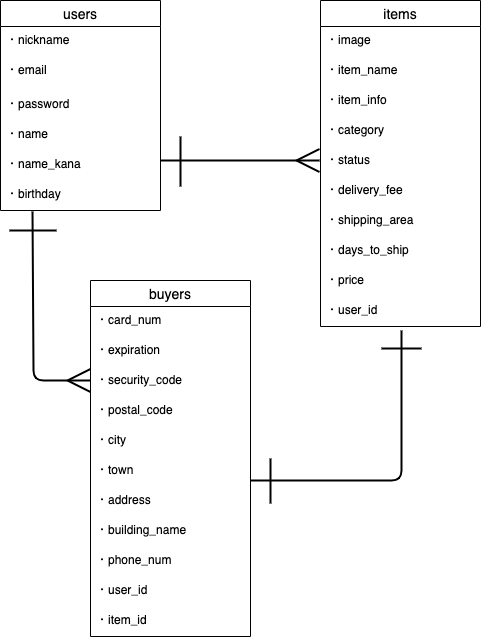
This is .drawio.png from spice-wasabi/furima-31827, a draw.io export, as it was before one commit. Source tidied: cells renumbered, new cells last; positions are measured from the earlier drawing's top-left corner, leaving out a move shared by most shapes.
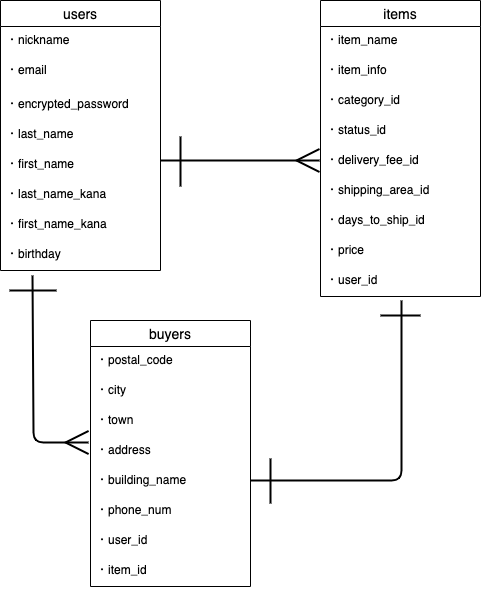
Later version of the same file.

The edit, as a diff of the source:
```diff
@@ -3,7 +3,7 @@
     <mxCell id="0" />
     <mxCell id="1" parent="0" />
     <mxCell id="2" value="users" style="swimlane;fontStyle=0;horizontal=1;startSize=26;align=center;fontSize=14;" parent="1" vertex="1">
-      <mxGeometry width="160" height="210" as="geometry" />
+      <mxGeometry width="160" height="270" as="geometry" />
     </mxCell>
     <mxCell id="3" value="・nickname" style="text;strokeColor=none;fillColor=none;spacingLeft=4;spacingRight=4;overflow=hidden;fontSize=12;" parent="2" vertex="1">
       <mxGeometry y="26" width="160" height="30" as="geometry" />
@@ -11,129 +11,122 @@
     <mxCell id="4" value="・email" style="text;strokeColor=none;fillColor=none;spacingLeft=4;spacingRight=4;overflow=hidden;fontSize=12;" parent="2" vertex="1">
       <mxGeometry y="56" width="160" height="34" as="geometry" />
     </mxCell>
-    <mxCell id="5" value="・password" style="text;strokeColor=none;fillColor=none;spacingLeft=4;spacingRight=4;overflow=hidden;fontSize=12;" parent="2" vertex="1">
+    <mxCell id="5" value="・encrypted_password" style="text;strokeColor=none;fillColor=none;spacingLeft=4;spacingRight=4;overflow=hidden;fontSize=12;" parent="2" vertex="1">
       <mxGeometry y="90" width="160" height="30" as="geometry" />
     </mxCell>
+    <mxCell id="39" value="・last_name" style="text;strokeColor=none;fillColor=none;spacingLeft=4;spacingRight=4;overflow=hidden;fontSize=12;" parent="2" vertex="1">
+      <mxGeometry y="120" width="160" height="30" as="geometry" />
+    </mxCell>
-    <mxCell id="6" value="・name" style="text;strokeColor=none;fillColor=none;spacingLeft=4;spacingRight=4;overflow=hidden;fontSize=12;" parent="2" vertex="1">
-      <mxGeometry y="120" width="160" height="30" as="geometry" />
+    <mxCell id="6" value="・first_name" style="text;strokeColor=none;fillColor=none;spacingLeft=4;spacingRight=4;overflow=hidden;fontSize=12;" parent="2" vertex="1">
+      <mxGeometry y="150" width="160" height="30" as="geometry" />
     </mxCell>
+    <mxCell id="40" value="・last_name_kana" style="text;strokeColor=none;fillColor=none;spacingLeft=4;spacingRight=4;overflow=hidden;fontSize=12;" parent="2" vertex="1">
+      <mxGeometry y="180" width="160" height="30" as="geometry" />
+    </mxCell>
-    <mxCell id="7" value="・name_kana" style="text;strokeColor=none;fillColor=none;spacingLeft=4;spacingRight=4;overflow=hidden;fontSize=12;" parent="2" vertex="1">
-      <mxGeometry y="150" width="160" height="30" as="geometry" />
+    <mxCell id="7" value="・first_name_kana" style="text;strokeColor=none;fillColor=none;spacingLeft=4;spacingRight=4;overflow=hidden;fontSize=12;" parent="2" vertex="1">
+      <mxGeometry y="210" width="160" height="30" as="geometry" />
     </mxCell>
     <mxCell id="8" value="・birthday" style="text;strokeColor=none;fillColor=none;spacingLeft=4;spacingRight=4;overflow=hidden;points=[[0,0.5],[1,0.5]];portConstraint=eastwest;fontSize=12;" parent="2" vertex="1">
-      <mxGeometry y="180" width="160" height="30" as="geometry" />
+      <mxGeometry y="240" width="160" height="30" as="geometry" />
     </mxCell>
     <mxCell id="9" value="items" style="swimlane;fontStyle=0;horizontal=1;startSize=26;align=center;fontSize=14;" parent="1" vertex="1">
-      <mxGeometry x="320" width="160" height="326" as="geometry" />
+      <mxGeometry x="320" width="160" height="296" as="geometry" />
     </mxCell>
-    <mxCell id="10" value="・image" style="text;strokeColor=none;fillColor=none;spacingLeft=4;spacingRight=4;overflow=hidden;fontSize=12;" parent="9" vertex="1">
-      <mxGeometry y="26" width="160" height="30" as="geometry" />
-    </mxCell>
     <mxCell id="11" value="・item_name" style="text;strokeColor=none;fillColor=none;spacingLeft=4;spacingRight=4;overflow=hidden;fontSize=12;" parent="9" vertex="1">
-      <mxGeometry y="56" width="160" height="30" as="geometry" />
+      <mxGeometry y="26" width="160" height="30" as="geometry" />
     </mxCell>
     <mxCell id="12" value="・item_info" style="text;strokeColor=none;fillColor=none;spacingLeft=4;spacingRight=4;overflow=hidden;fontSize=12;" parent="9" vertex="1">
-      <mxGeometry y="86" width="160" height="30" as="geometry" />
+      <mxGeometry y="56" width="160" height="30" as="geometry" />
     </mxCell>
-    <mxCell id="13" value="・category" style="text;strokeColor=none;fillColor=none;spacingLeft=4;spacingRight=4;overflow=hidden;fontSize=12;" parent="9" vertex="1">
-      <mxGeometry y="116" width="160" height="30" as="geometry" />
+    <mxCell id="13" value="・category_id" style="text;strokeColor=none;fillColor=none;spacingLeft=4;spacingRight=4;overflow=hidden;fontSize=12;" parent="9" vertex="1">
+      <mxGeometry y="86" width="160" height="30" as="geometry" />
     </mxCell>
-    <mxCell id="14" value="・status" style="text;strokeColor=none;fillColor=none;spacingLeft=4;spacingRight=4;overflow=hidden;fontSize=12;" parent="9" vertex="1">
-      <mxGeometry y="146" width="160" height="30" as="geometry" />
+    <mxCell id="14" value="・status_id" style="text;strokeColor=none;fillColor=none;spacingLeft=4;spacingRight=4;overflow=hidden;fontSize=12;" parent="9" vertex="1">
+      <mxGeometry y="116" width="160" height="30" as="geometry" />
     </mxCell>
-    <mxCell id="15" value="・delivery_fee" style="text;strokeColor=none;fillColor=none;spacingLeft=4;spacingRight=4;overflow=hidden;fontSize=12;" parent="9" vertex="1">
-      <mxGeometry y="176" width="160" height="30" as="geometry" />
+    <mxCell id="15" value="・delivery_fee_id" style="text;strokeColor=none;fillColor=none;spacingLeft=4;spacingRight=4;overflow=hidden;fontSize=12;" parent="9" vertex="1">
+      <mxGeometry y="146" width="160" height="30" as="geometry" />
     </mxCell>
-    <mxCell id="16" value="・shipping_area" style="text;strokeColor=none;fillColor=none;spacingLeft=4;spacingRight=4;overflow=hidden;fontSize=12;" parent="9" vertex="1">
-      <mxGeometry y="206" width="160" height="30" as="geometry" />
+    <mxCell id="16" value="・shipping_area_id" style="text;strokeColor=none;fillColor=none;spacingLeft=4;spacingRight=4;overflow=hidden;fontSize=12;" parent="9" vertex="1">
+      <mxGeometry y="176" width="160" height="30" as="geometry" />
     </mxCell>
-    <mxCell id="17" value="・days_to_ship" style="text;strokeColor=none;fillColor=none;spacingLeft=4;spacingRight=4;overflow=hidden;fontSize=12;" parent="9" vertex="1">
-      <mxGeometry y="236" width="160" height="30" as="geometry" />
+    <mxCell id="17" value="・days_to_ship_id" style="text;strokeColor=none;fillColor=none;spacingLeft=4;spacingRight=4;overflow=hidden;fontSize=12;" parent="9" vertex="1">
+      <mxGeometry y="206" width="160" height="30" as="geometry" />
     </mxCell>
     <mxCell id="18" value="・price" style="text;strokeColor=none;fillColor=none;spacingLeft=4;spacingRight=4;overflow=hidden;fontSize=12;" parent="9" vertex="1">
-      <mxGeometry y="266" width="160" height="30" as="geometry" />
+      <mxGeometry y="236" width="160" height="30" as="geometry" />
     </mxCell>
     <mxCell id="19" value="・user_id" style="text;strokeColor=none;fillColor=none;spacingLeft=4;spacingRight=4;overflow=hidden;points=[[0,0.5],[1,0.5]];portConstraint=eastwest;fontSize=12;" parent="9" vertex="1">
-      <mxGeometry y="296" width="160" height="30" as="geometry" />
+      <mxGeometry y="266" width="160" height="30" as="geometry" />
     </mxCell>
+    <mxCell id="32" style="edgeStyle=entityRelationEdgeStyle;fontSize=12;html=1;endArrow=ERmany;strokeWidth=2;exitX=1.006;exitY=0;exitDx=0;exitDy=0;exitPerimeter=0;rounded=0;snapToPoint=0;endSize=20;" parent="1" edge="1">
+      <mxGeometry relative="1" as="geometry">
+        <mxPoint x="160" y="160" as="sourcePoint" />
+        <mxPoint x="319" y="160" as="targetPoint" />
+      </mxGeometry>
+    </mxCell>
+    <mxCell id="33" style="fontSize=12;html=1;endArrow=ERmany;strokeWidth=2;endSize=20;entryX=-0.012;entryY=0.2;entryDx=0;entryDy=0;entryPerimeter=0;exitX=0.2;exitY=1.167;exitDx=0;exitDy=0;exitPerimeter=0;" parent="1" edge="1" source="8" target="27">
+      <mxGeometry relative="1" as="geometry">
+        <Array as="points">
+          <mxPoint x="33" y="442" />
+        </Array>
+      </mxGeometry>
+    </mxCell>
+    <mxCell id="34" style="endArrow=none;html=1;rounded=1;strokeWidth=2;entryX=0.506;entryY=1.133;entryDx=0;entryDy=0;entryPerimeter=0;" parent="1" edge="1" target="19">
+      <mxGeometry relative="1" as="geometry">
+        <mxPoint x="250" y="480" as="sourcePoint" />
+        <Array as="points">
+          <mxPoint x="401" y="480" />
+        </Array>
+      </mxGeometry>
+    </mxCell>
+    <mxCell id="35" style="line;strokeWidth=2;dashed=0;labelPosition=right;align=left;verticalAlign=middle;spacingTop=0;spacingLeft=6;" parent="1" vertex="1">
+      <mxGeometry x="380" y="310" width="40" height="10" as="geometry" />
+    </mxCell>
+    <mxCell id="36" style="endArrow=none;html=1;rounded=0;strokeWidth=2;" parent="1" edge="1">
+      <mxGeometry relative="1" as="geometry">
+        <mxPoint x="270" y="458" as="sourcePoint" />
+        <mxPoint x="270" y="503" as="targetPoint" />
+      </mxGeometry>
+    </mxCell>
+    <mxCell id="37" style="endArrow=none;html=1;rounded=0;strokeWidth=2;" parent="1" edge="1">
+      <mxGeometry relative="1" as="geometry">
+        <mxPoint x="9" y="290" as="sourcePoint" />
+        <mxPoint x="56" y="290" as="targetPoint" />
+      </mxGeometry>
+    </mxCell>
+    <mxCell id="38" style="endArrow=none;html=1;rounded=0;strokeWidth=2;" parent="1" edge="1">
+      <mxGeometry relative="1" as="geometry">
+        <mxPoint x="180" y="136" as="sourcePoint" />
+        <mxPoint x="180" y="186" as="targetPoint" />
+      </mxGeometry>
+    </mxCell>
     <mxCell id="20" value="buyers" style="swimlane;fontStyle=0;horizontal=1;startSize=26;align=center;fontSize=14;" parent="1" vertex="1">
-      <mxGeometry x="90" y="280" width="160" height="356" as="geometry" />
+      <mxGeometry x="90" y="320" width="160" height="266" as="geometry" />
     </mxCell>
-    <mxCell id="21" value="・card_num" style="text;strokeColor=none;fillColor=none;spacingLeft=4;spacingRight=4;overflow=hidden;fontSize=12;" parent="20" vertex="1">
-      <mxGeometry y="26" width="160" height="30" as="geometry" />
-    </mxCell>
-    <mxCell id="22" value="・expiration" style="text;strokeColor=none;fillColor=none;spacingLeft=4;spacingRight=4;overflow=hidden;fontSize=12;" parent="20" vertex="1">
-      <mxGeometry y="56" width="160" height="30" as="geometry" />
-    </mxCell>
-    <mxCell id="23" value="・security_code" style="text;strokeColor=none;fillColor=none;spacingLeft=4;spacingRight=4;overflow=hidden;fontSize=12;" parent="20" vertex="1">
-      <mxGeometry y="86" width="160" height="30" as="geometry" />
-    </mxCell>
     <mxCell id="24" value="・postal_code" style="text;strokeColor=none;fillColor=none;spacingLeft=4;spacingRight=4;overflow=hidden;fontSize=12;" parent="20" vertex="1">
-      <mxGeometry y="116" width="160" height="30" as="geometry" />
+      <mxGeometry y="26" width="160" height="30" as="geometry" />
     </mxCell>
     <mxCell id="25" value="・city" style="text;strokeColor=none;fillColor=none;spacingLeft=4;spacingRight=4;overflow=hidden;fontSize=12;" parent="20" vertex="1">
-      <mxGeometry y="146" width="160" height="30" as="geometry" />
+      <mxGeometry y="56" width="160" height="30" as="geometry" />
     </mxCell>
     <mxCell id="26" value="・town" style="text;strokeColor=none;fillColor=none;spacingLeft=4;spacingRight=4;overflow=hidden;fontSize=12;" parent="20" vertex="1">
-      <mxGeometry y="176" width="160" height="30" as="geometry" />
+      <mxGeometry y="86" width="160" height="30" as="geometry" />
     </mxCell>
     <mxCell id="27" value="・address" style="text;strokeColor=none;fillColor=none;spacingLeft=4;spacingRight=4;overflow=hidden;points=[[0,0.5],[1,0.5]];portConstraint=eastwest;fontSize=12;" parent="20" vertex="1">
-      <mxGeometry y="206" width="160" height="30" as="geometry" />
+      <mxGeometry y="116" width="160" height="30" as="geometry" />
     </mxCell>
     <mxCell id="28" value="・building_name" style="text;strokeColor=none;fillColor=none;spacingLeft=4;spacingRight=4;overflow=hidden;fontSize=12;" parent="20" vertex="1">
-      <mxGeometry y="236" width="160" height="30" as="geometry" />
+      <mxGeometry y="146" width="160" height="30" as="geometry" />
     </mxCell>
     <mxCell id="29" value="・phone_num" style="text;strokeColor=none;fillColor=none;spacingLeft=4;spacingRight=4;overflow=hidden;fontSize=12;" parent="20" vertex="1">
-      <mxGeometry y="266" width="160" height="30" as="geometry" />
+      <mxGeometry y="176" width="160" height="30" as="geometry" />
     </mxCell>
     <mxCell id="30" value="・user_id" style="text;strokeColor=none;fillColor=none;spacingLeft=4;spacingRight=4;overflow=hidden;fontSize=12;" parent="20" vertex="1">
-      <mxGeometry y="296" width="160" height="30" as="geometry" />
+      <mxGeometry y="206" width="160" height="30" as="geometry" />
     </mxCell>
     <mxCell id="31" value="・item_id" style="text;strokeColor=none;fillColor=none;spacingLeft=4;spacingRight=4;overflow=hidden;fontSize=12;" parent="20" vertex="1">
-      <mxGeometry y="326" width="160" height="30" as="geometry" />
+      <mxGeometry y="236" width="160" height="30" as="geometry" />
     </mxCell>
-    <mxCell id="32" style="edgeStyle=entityRelationEdgeStyle;fontSize=12;html=1;endArrow=ERmany;strokeWidth=2;exitX=1.006;exitY=0;exitDx=0;exitDy=0;exitPerimeter=0;rounded=0;snapToPoint=0;endSize=20;" parent="1" edge="1">
-      <mxGeometry relative="1" as="geometry">
-        <mxPoint x="160" y="160" as="sourcePoint" />
-        <mxPoint x="319" y="160" as="targetPoint" />
-      </mxGeometry>
-    </mxCell>
-    <mxCell id="33" style="fontSize=12;html=1;endArrow=ERmany;strokeWidth=2;endSize=20;exitX=0.2;exitY=1.033;exitDx=0;exitDy=0;exitPerimeter=0;" parent="1" edge="1" source="8">
-      <mxGeometry relative="1" as="geometry">
-        <mxPoint x="90" y="380" as="targetPoint" />
-        <Array as="points">
-          <mxPoint x="33" y="380" />
-        </Array>
-      </mxGeometry>
-    </mxCell>
-    <mxCell id="34" style="endArrow=none;html=1;rounded=1;strokeWidth=2;entryX=0.506;entryY=1.133;entryDx=0;entryDy=0;entryPerimeter=0;" parent="1" edge="1" target="19">
-      <mxGeometry relative="1" as="geometry">
-        <mxPoint x="250" y="480" as="sourcePoint" />
-        <Array as="points">
-          <mxPoint x="401" y="480" />
-        </Array>
-      </mxGeometry>
-    </mxCell>
-    <mxCell id="35" style="line;strokeWidth=2;dashed=0;labelPosition=right;align=left;verticalAlign=middle;spacingTop=0;spacingLeft=6;" parent="1" vertex="1">
-      <mxGeometry x="381" y="343" width="40" height="10" as="geometry" />
-    </mxCell>
-    <mxCell id="36" style="endArrow=none;html=1;rounded=0;strokeWidth=2;" parent="1" edge="1">
-      <mxGeometry relative="1" as="geometry">
-        <mxPoint x="270" y="458" as="sourcePoint" />
-        <mxPoint x="270" y="503" as="targetPoint" />
-      </mxGeometry>
-    </mxCell>
-    <mxCell id="37" style="endArrow=none;html=1;rounded=0;strokeWidth=2;" parent="1" edge="1">
-      <mxGeometry relative="1" as="geometry">
-        <mxPoint x="9" y="230" as="sourcePoint" />
-        <mxPoint x="56" y="230" as="targetPoint" />
-      </mxGeometry>
-    </mxCell>
-    <mxCell id="38" style="endArrow=none;html=1;rounded=0;strokeWidth=2;" parent="1" edge="1">
-      <mxGeometry relative="1" as="geometry">
-        <mxPoint x="180" y="136" as="sourcePoint" />
-        <mxPoint x="180" y="186" as="targetPoint" />
-      </mxGeometry>
-    </mxCell>
   </root>
 </mxGraphModel>
```
